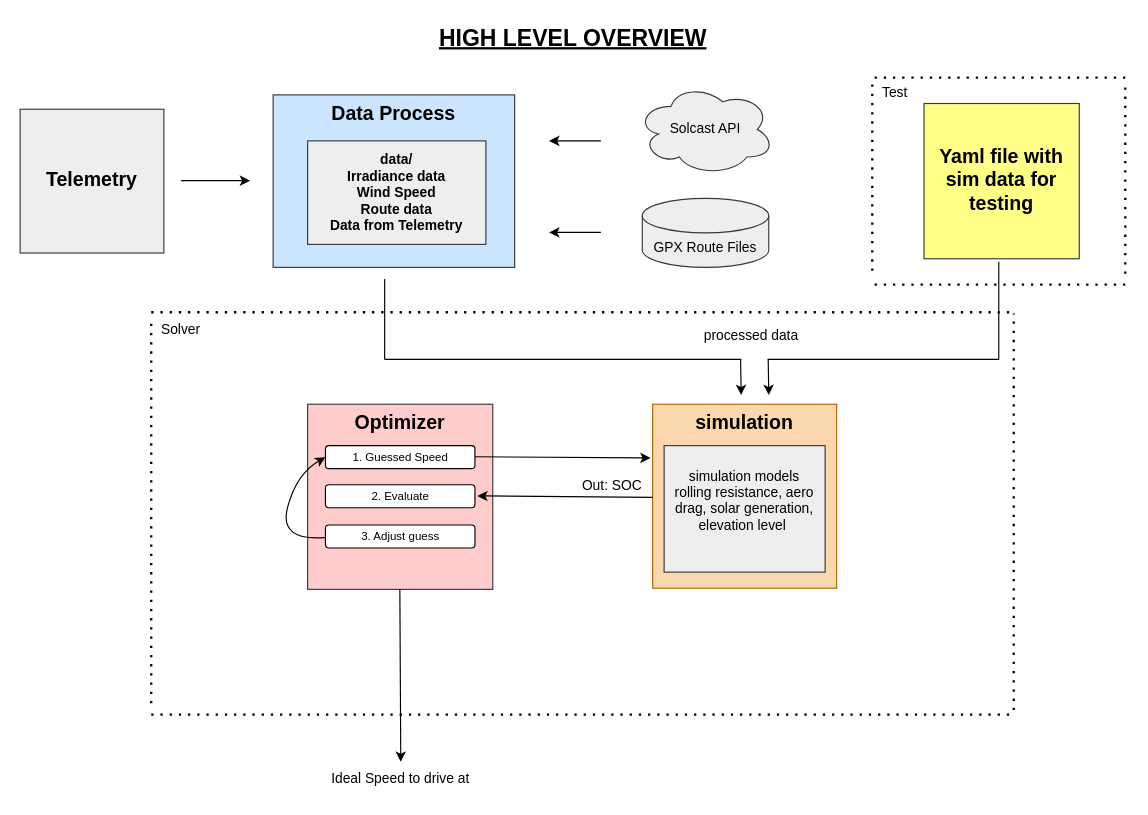
Earlier version of the draw.io diagram docs/architecture.drawio (uw-midsun/fwxvi_strategy). Source tidied: cells renumbered, new cells numbered last; positions are measured from the earlier drawing's top-left corner, leaving out a move shared by most shapes. Both pictures are drawn from the tidied source at 115%, with x=0, y=0 at pixel (20, 20).
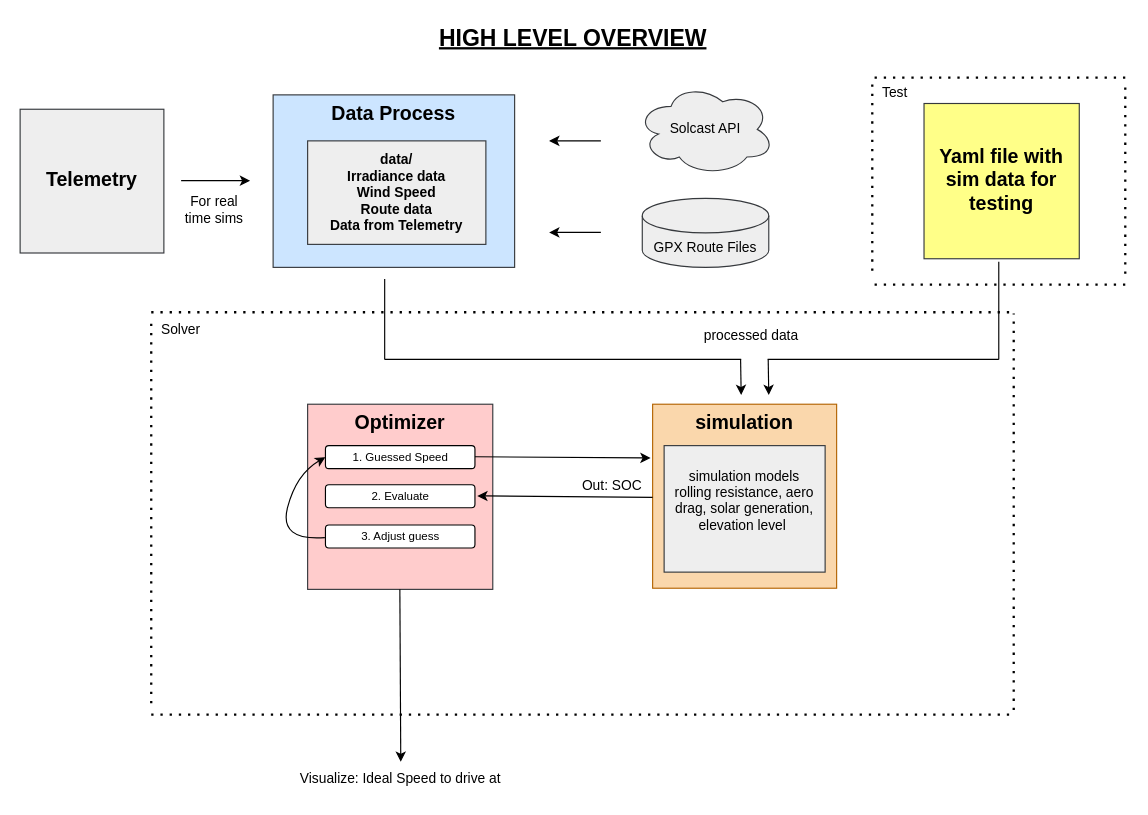
Above is the later version.

Change to the diagram source:
```diff
@@
-    <mxCell id="29" value="Ideal Speed to drive at" style="text;html=1;align=center;verticalAlign=middle;whiteSpace=wrap;rounded=0;" parent="1" vertex="1">
+    <mxCell id="29" value="Visualize: Ideal Speed to drive at" style="text;html=1;align=center;verticalAlign=middle;whiteSpace=wrap;rounded=0;" parent="1" vertex="1">
       <mxGeometry x="215.5" y="645" width="230" height="30" as="geometry" />
     </mxCell>
@@
+    <mxCell id="41" value="For real time sims" style="text;html=1;align=center;verticalAlign=middle;whiteSpace=wrap;rounded=0;" parent="1" vertex="1">
+      <mxGeometry x="139" y="150" width="60" height="30" as="geometry" />
+    </mxCell>
```
